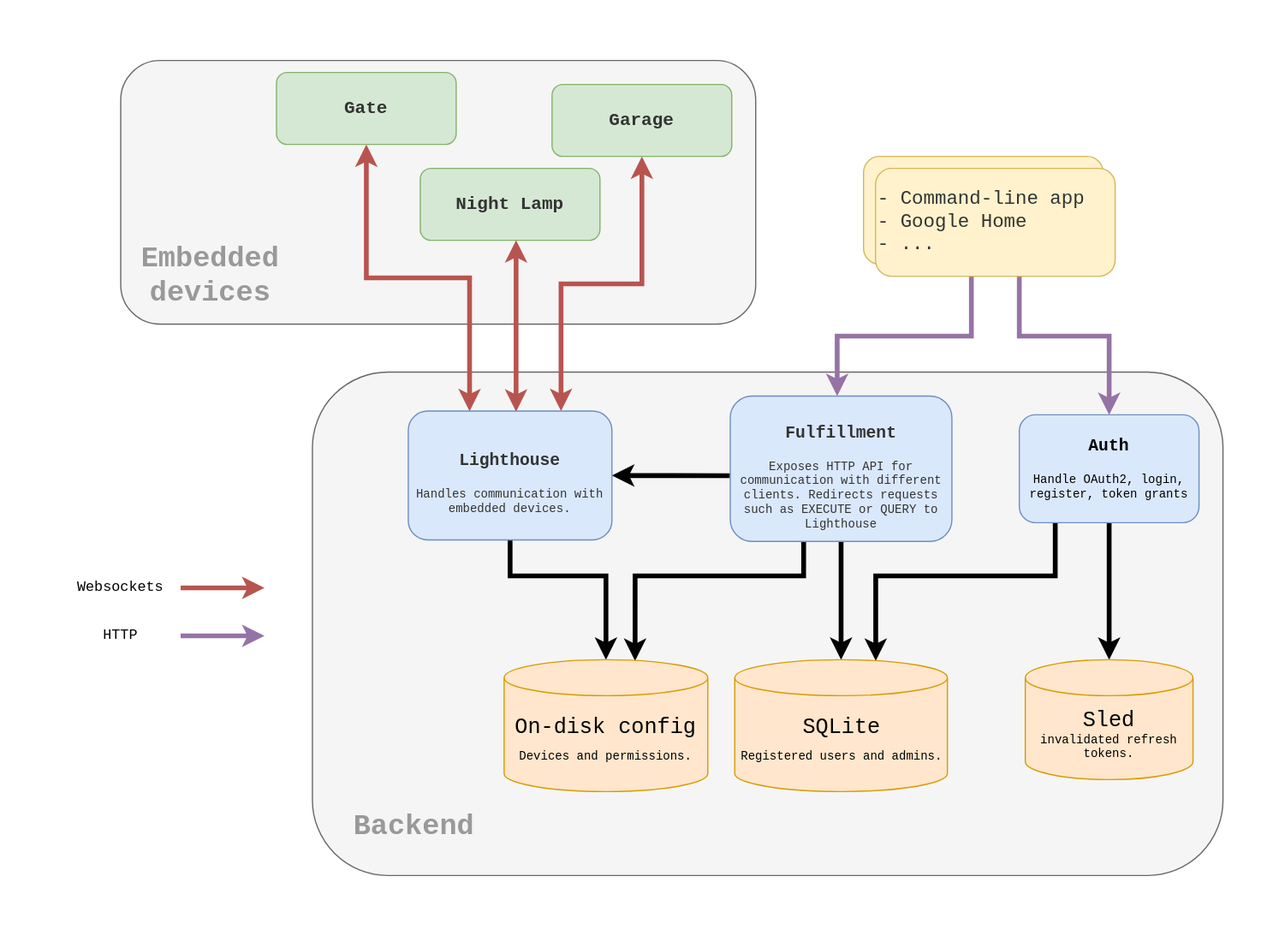
Above: docs/architecture.svg in gbaranski/houseflow (draw.io), before the change. Source tidied: cells renumbered, new cells last; positions are measured from the earlier drawing's top-left corner, leaving out a move shared by most shapes.
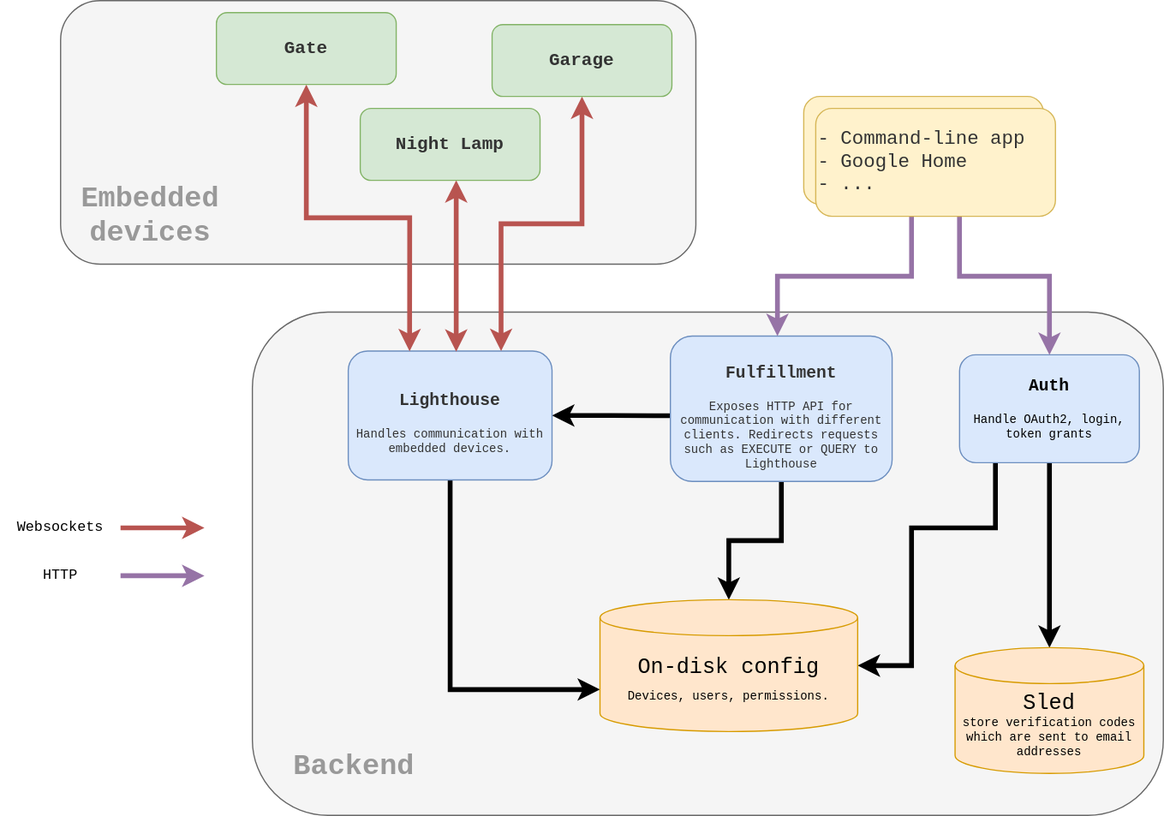
After the change.

Commit message:
docs: update architecture drawing

Change to the diagram source:
```diff
@@ -11,27 +11,18 @@
     <mxCell id="4" style="edgeStyle=orthogonalEdgeStyle;rounded=0;jumpSize=6;jettySize=auto;html=1;entryX=-0.001;entryY=0.548;entryDx=0;entryDy=0;entryPerimeter=0;fontFamily=Courier New;fontSize=18;startArrow=classic;startFill=1;endArrow=none;endFill=0;strokeWidth=4;" parent="1" edge="1" source="6" target="9">
       <mxGeometry relative="1" as="geometry" />
     </mxCell>
-    <mxCell id="5" style="edgeStyle=orthogonalEdgeStyle;rounded=0;jumpSize=6;jettySize=auto;html=1;entryX=0.5;entryY=0;entryDx=0;entryDy=0;entryPerimeter=0;fontFamily=Courier New;fontSize=16;startArrow=none;startFill=0;endArrow=classic;endFill=1;strokeWidth=4;" parent="1" edge="1" source="6" target="31">
+    <mxCell id="5" style="edgeStyle=orthogonalEdgeStyle;rounded=0;jettySize=auto;html=1;entryX=0;entryY=0;entryDx=0;entryDy=75;entryPerimeter=0;strokeWidth=4;" parent="1" edge="1" source="6" target="31">
       <mxGeometry relative="1" as="geometry">
         <Array as="points">
-          <mxPoint x="375" y="430" />
-          <mxPoint x="455" y="430" />
+          <mxPoint x="375" y="575" />
         </Array>
       </mxGeometry>
     </mxCell>
     <mxCell id="6" value="&lt;h3&gt;&lt;font&gt;Lighthouse&lt;/font&gt;&lt;/h3&gt;&lt;div style=&quot;font-size: 10px&quot;&gt;Handles communication with embedded devices.&lt;br&gt;&lt;/div&gt;" style="rounded=1;whiteSpace=wrap;html=1;fillColor=#dae8fc;strokeColor=#6c8ebf;fontColor=#333333;fontFamily=Courier New;" parent="1" vertex="1">
       <mxGeometry x="290" y="292.5" width="170" height="107.5" as="geometry" />
     </mxCell>
-    <mxCell id="7" style="edgeStyle=orthogonalEdgeStyle;rounded=0;jumpSize=6;jettySize=auto;html=1;entryX=0.5;entryY=0;entryDx=0;entryDy=0;entryPerimeter=0;fontFamily=Courier New;fontSize=16;startArrow=none;startFill=0;endArrow=classic;endFill=1;strokeWidth=4;" parent="1" edge="1" source="9" target="30">
-      <mxGeometry relative="1" as="geometry" />
-    </mxCell>
-    <mxCell id="8" style="edgeStyle=orthogonalEdgeStyle;rounded=0;jumpSize=6;jettySize=auto;html=1;fontFamily=Courier New;fontSize=16;startArrow=none;startFill=0;endArrow=classic;endFill=1;strokeWidth=4;entryX=0.643;entryY=0.008;entryDx=0;entryDy=0;entryPerimeter=0;" parent="1" edge="1" source="9" target="31">
-      <mxGeometry relative="1" as="geometry">
-        <Array as="points">
-          <mxPoint x="620" y="430" />
-          <mxPoint x="479" y="430" />
-        </Array>
-      </mxGeometry>
+    <mxCell id="8" style="edgeStyle=orthogonalEdgeStyle;rounded=0;jettySize=auto;html=1;strokeWidth=4;" parent="1" edge="1" source="9" target="31">
+      <mxGeometry relative="1" as="geometry" />
     </mxCell>
     <mxCell id="9" value="&lt;h3&gt;&lt;font&gt;Fulfillment&lt;/font&gt;&lt;/h3&gt;&lt;div style=&quot;font-size: 10px&quot;&gt;Exposes HTTP API for communication with different clients. Redirects requests such as EXECUTE or QUERY to Lighthouse&lt;br&gt;&lt;/div&gt;" style="rounded=1;whiteSpace=wrap;html=1;fillColor=#dae8fc;strokeColor=#6c8ebf;fontColor=#333333;fontFamily=Courier New;" parent="1" vertex="1">
       <mxGeometry x="558.8" y="280" width="185" height="121.2" as="geometry" />
@@ -63,17 +54,22 @@
       <mxGeometry x="670" y="80" width="200" height="90" as="geometry" />
     </mxCell>
     <mxCell id="17" style="edgeStyle=orthogonalEdgeStyle;rounded=0;jumpSize=6;jettySize=auto;html=1;entryX=0.5;entryY=0;entryDx=0;entryDy=0;entryPerimeter=0;fontFamily=Courier New;fontSize=16;startArrow=none;startFill=0;endArrow=classic;endFill=1;strokeWidth=4;" parent="1" edge="1" source="19" target="29">
-      <mxGeometry relative="1" as="geometry" />
+      <mxGeometry relative="1" as="geometry">
+        <Array as="points">
+          <mxPoint x="875" y="540" />
+        </Array>
+      </mxGeometry>
     </mxCell>
-    <mxCell id="18" style="edgeStyle=orthogonalEdgeStyle;rounded=0;jumpSize=6;jettySize=auto;html=1;entryX=0.663;entryY=0.008;entryDx=0;entryDy=0;entryPerimeter=0;fontFamily=Courier New;fontSize=16;startArrow=none;startFill=0;endArrow=classic;endFill=1;strokeWidth=4;" parent="1" edge="1" source="19" target="30">
-      <mxGeometry relative="1" as="geometry">
-        <Array as="points">
-          <mxPoint x="830" y="430" />
-          <mxPoint x="680" y="430" />
-        </Array>
-      </mxGeometry>
-    </mxCell>
+    <mxCell id="32" style="edgeStyle=orthogonalEdgeStyle;rounded=0;jettySize=auto;html=1;entryX=1;entryY=0.5;entryDx=0;entryDy=0;entryPerimeter=0;strokeWidth=4;" parent="1" edge="1" source="19" target="31">
+      <mxGeometry relative="1" as="geometry">
+        <Array as="points">
+          <mxPoint x="830" y="440" />
+          <mxPoint x="760" y="440" />
+          <mxPoint x="760" y="555" />
+        </Array>
+      </mxGeometry>
+    </mxCell>
-    <mxCell id="19" value="&lt;h3&gt;&lt;font&gt;Auth&lt;/font&gt;&lt;/h3&gt;&lt;div style=&quot;font-size: 10px&quot;&gt;Handle OAuth2, login, register, token grants&lt;br&gt;&lt;/div&gt;&lt;div&gt;&lt;br&gt;&lt;/div&gt;" style="rounded=1;whiteSpace=wrap;html=1;fillColor=#dae8fc;strokeColor=#6c8ebf;fontFamily=Courier New;" parent="1" vertex="1">
+    <mxCell id="19" value="&lt;h3&gt;&lt;font&gt;Auth&lt;/font&gt;&lt;/h3&gt;&lt;div style=&quot;font-size: 10px&quot;&gt;Handle OAuth2, login, token grants&lt;br&gt;&lt;/div&gt;&lt;div&gt;&lt;br&gt;&lt;/div&gt;" style="rounded=1;whiteSpace=wrap;html=1;fillColor=#dae8fc;strokeColor=#6c8ebf;fontFamily=Courier New;" parent="1" vertex="1">
       <mxGeometry x="800" y="295.6" width="150" height="90" as="geometry" />
     </mxCell>
     <mxCell id="20" value="&lt;h1&gt;&lt;font&gt;Backend&lt;/font&gt;&lt;/h1&gt;" style="text;html=1;strokeColor=none;fillColor=none;align=center;verticalAlign=middle;whiteSpace=wrap;rounded=0;glass=0;fontColor=#999999;fontFamily=Courier New;" parent="1" vertex="1">
@@ -117,14 +113,11 @@
     <mxCell id="28" value="&lt;div style=&quot;font-size: 16px;&quot; align=&quot;left&quot;&gt;- Command-line app&lt;/div&gt;&lt;div style=&quot;font-size: 16px;&quot; align=&quot;left&quot;&gt;- Google Home&lt;/div&gt;&lt;div style=&quot;font-size: 16px;&quot; align=&quot;left&quot;&gt;- ...&lt;br style=&quot;font-size: 16px;&quot;&gt;&lt;/div&gt;" style="rounded=1;whiteSpace=wrap;html=1;fillColor=#fff2cc;strokeColor=#d6b656;fontColor=#333333;fontFamily=Courier New;shadow=0;glass=0;sketch=0;fontSize=16;align=left;" parent="1" vertex="1">
       <mxGeometry x="680" y="90" width="200" height="90" as="geometry" />
     </mxCell>
-    <mxCell id="29" value="&lt;div&gt;Sled&lt;/div&gt;&lt;div style=&quot;font-size: 10px&quot;&gt;invalidated refresh tokens.&lt;br&gt;&lt;/div&gt;&lt;font style=&quot;font-size: 10px&quot;&gt;&lt;/font&gt;" style="shape=cylinder3;whiteSpace=wrap;html=1;boundedLbl=1;backgroundOutline=1;size=15;shadow=0;glass=0;sketch=0;fontFamily=Courier New;fontSize=18;fillColor=#ffe6cc;strokeColor=#d79b00;" parent="1" vertex="1">
-      <mxGeometry x="805" y="500" width="140" height="100" as="geometry" />
+    <mxCell id="29" value="&lt;div&gt;Sled&lt;/div&gt;&lt;div style=&quot;font-size: 10px&quot;&gt;store verification codes which are sent to email addresses&lt;br&gt;&lt;/div&gt;&lt;font style=&quot;font-size: 10px&quot;&gt;&lt;/font&gt;" style="shape=cylinder3;whiteSpace=wrap;html=1;boundedLbl=1;backgroundOutline=1;size=15;shadow=0;glass=0;sketch=0;fontFamily=Courier New;fontSize=18;fillColor=#ffe6cc;strokeColor=#d79b00;" parent="1" vertex="1">
+      <mxGeometry x="796.2" y="540" width="157.5" height="105" as="geometry" />
     </mxCell>
-    <mxCell id="30" value="&lt;div style=&quot;font-size: 10px&quot;&gt;&lt;font style=&quot;font-size: 18px&quot;&gt;SQLite&lt;/font&gt;&lt;/div&gt;&lt;font style=&quot;font-size: 10px&quot;&gt;Registered users and admins.&lt;/font&gt;&lt;font style=&quot;font-size: 10px&quot;&gt;&lt;br&gt;&lt;/font&gt;" style="shape=cylinder3;whiteSpace=wrap;html=1;boundedLbl=1;backgroundOutline=1;size=15;shadow=0;glass=0;sketch=0;fontFamily=Courier New;fontSize=18;fillColor=#ffe6cc;strokeColor=#d79b00;" parent="1" vertex="1">
-      <mxGeometry x="562.5" y="500" width="177.5" height="110" as="geometry" />
-    </mxCell>
-    <mxCell id="31" value="&lt;div&gt;On-disk config&lt;/div&gt;&lt;div&gt;&lt;font style=&quot;font-size: 10px&quot;&gt;Devices and permissions.&lt;br&gt;&lt;/font&gt;&lt;/div&gt;" style="shape=cylinder3;whiteSpace=wrap;html=1;boundedLbl=1;backgroundOutline=1;size=15;shadow=0;glass=0;sketch=0;fontFamily=Courier New;fontSize=18;fillColor=#ffe6cc;strokeColor=#d79b00;" parent="1" vertex="1">
-      <mxGeometry x="370" y="500" width="170" height="110" as="geometry" />
+    <mxCell id="31" value="&lt;div&gt;On-disk config&lt;/div&gt;&lt;div&gt;&lt;font style=&quot;font-size: 10px&quot;&gt;Devices, users, permissions.&lt;br&gt;&lt;/font&gt;&lt;/div&gt;" style="shape=cylinder3;whiteSpace=wrap;html=1;boundedLbl=1;backgroundOutline=1;size=15;shadow=0;glass=0;sketch=0;fontFamily=Courier New;fontSize=18;fillColor=#ffe6cc;strokeColor=#d79b00;" parent="1" vertex="1">
+      <mxGeometry x="500" y="500" width="215" height="110" as="geometry" />
     </mxCell>
   </root>
 </mxGraphModel>
```
